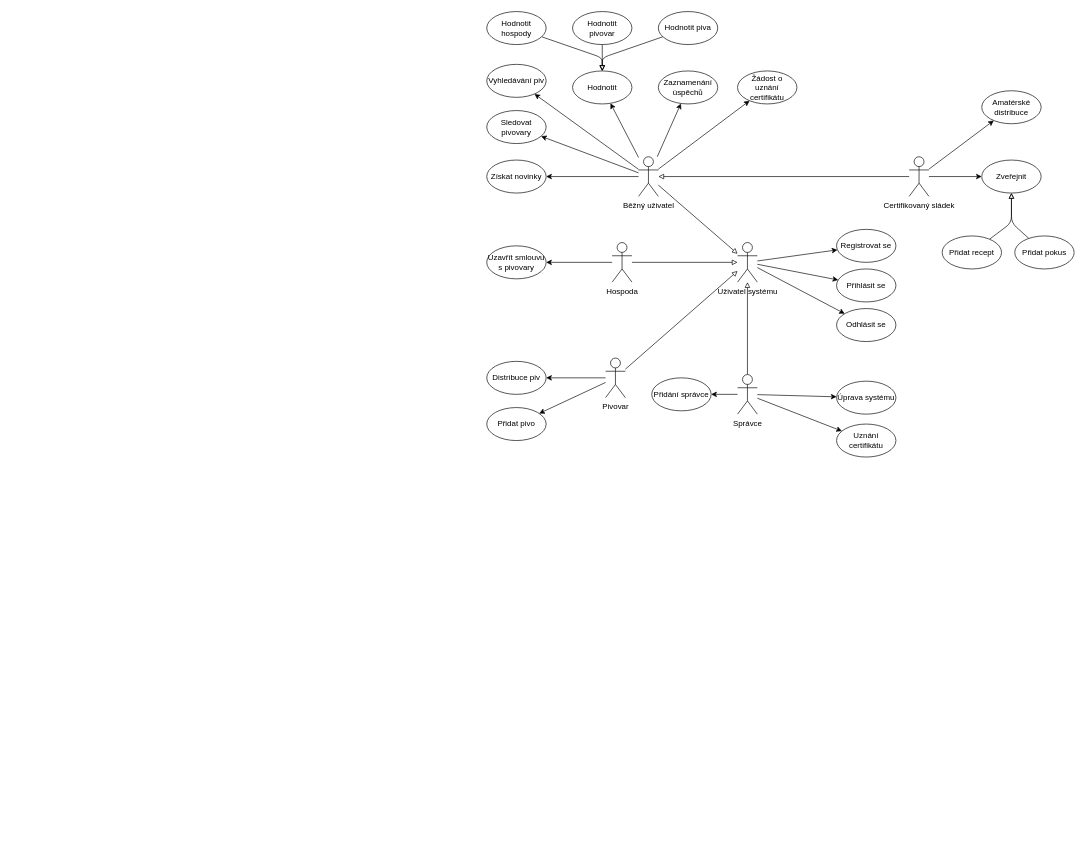
Before: IUS/IUS_projekt/UseCase.drawio in dan1235689/Diagrams, a draw.io diagram. Source tidied: cells renumbered, new cells numbered last; positions are measured from the earlier drawing's top-left corner, leaving out a move shared by most shapes. Both pictures are drawn from the tidied source at 66%, with x=0, y=0 at pixel (486, 11).
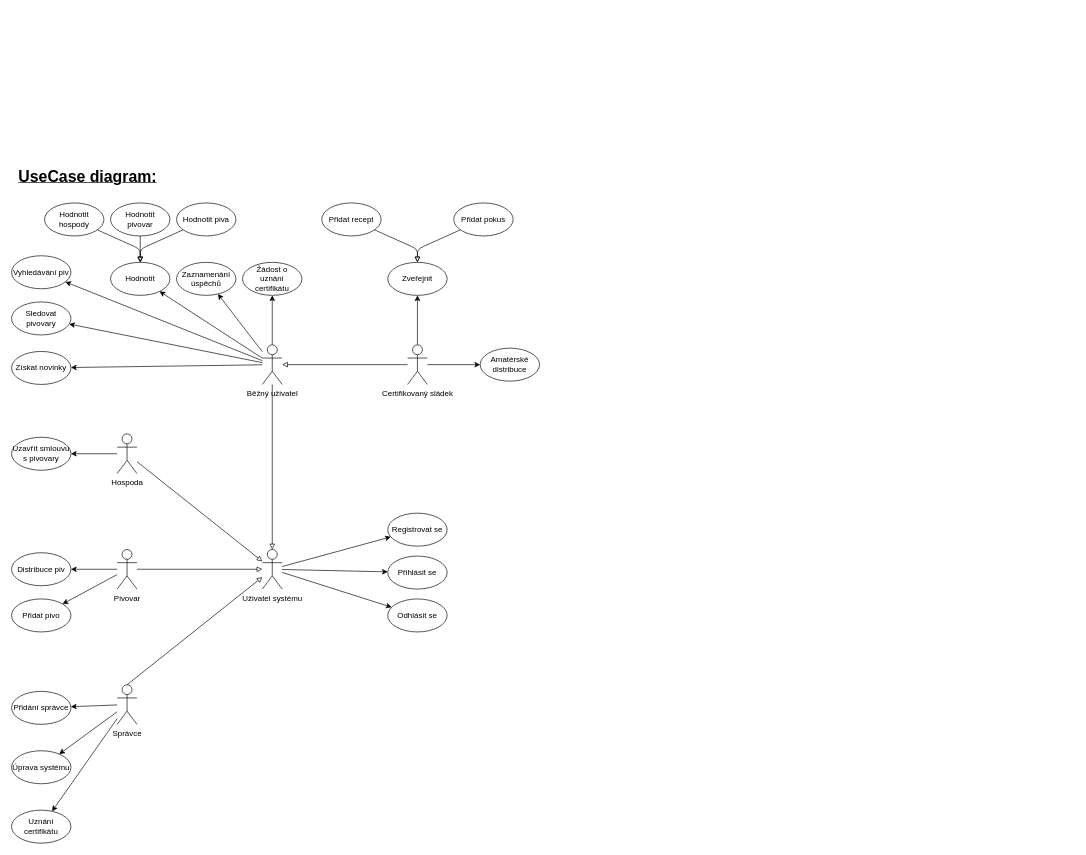
The same diagram, later.

The edit, as a diff of the source:
```diff
@@
     <mxCell id="8" value="Běžný uživatel" style="shape=umlActor;verticalLabelPosition=bottom;verticalAlign=top;html=1;outlineConnect=0;" parent="1" vertex="1">
-      <mxGeometry x="230" y="220" width="30" height="60" as="geometry" />
+      <mxGeometry x="-340" y="505" width="30" height="60" as="geometry" />
     </mxCell>
     <mxCell id="9" style="edgeStyle=none;html=1;endArrow=block;endFill=0;" parent="1" edge="1" source="10" target="47">
       <mxGeometry relative="1" as="geometry">
         <Array as="points">
-          <mxPoint x="175" y="70" />
+          <mxPoint x="-525" y="360" />
         </Array>
       </mxGeometry>
     </mxCell>
     <mxCell id="10" value="Hodnotit hospody" style="ellipse;whiteSpace=wrap;html=1;" parent="1" vertex="1">
-      <mxGeometry width="90" height="50" as="geometry" />
+      <mxGeometry x="-670" y="290" width="90" height="50" as="geometry" />
     </mxCell>
     <mxCell id="11" value="Vyhledávání piv" style="ellipse;whiteSpace=wrap;html=1;" parent="1" vertex="1">
-      <mxGeometry y="80" width="90" height="50" as="geometry" />
+      <mxGeometry x="-720" y="370" width="90" height="50" as="geometry" />
     </mxCell>
     <mxCell id="12" value="Zaznamenání úspěchů" style="ellipse;whiteSpace=wrap;html=1;" parent="1" vertex="1">
-      <mxGeometry x="260" y="90" width="90" height="50" as="geometry" />
+      <mxGeometry x="-470" y="380" width="90" height="50" as="geometry" />
     </mxCell>
     <mxCell id="13" value="Sledovat pivovary" style="ellipse;whiteSpace=wrap;html=1;" parent="1" vertex="1">
-      <mxGeometry y="150" width="90" height="50" as="geometry" />
+      <mxGeometry x="-720" y="440" width="90" height="50" as="geometry" />
     </mxCell>
     <mxCell id="14" value="Získat novinky" style="ellipse;whiteSpace=wrap;html=1;" parent="1" vertex="1">
-      <mxGeometry y="225" width="90" height="50" as="geometry" />
+      <mxGeometry x="-720" y="515" width="90" height="50" as="geometry" />
     </mxCell>
     <mxCell id="15" value="Zveřejnit" style="ellipse;whiteSpace=wrap;html=1;" parent="1" vertex="1">
-      <mxGeometry x="750" y="225" width="90" height="50" as="geometry" />
+      <mxGeometry x="-150" y="380" width="90" height="50" as="geometry" />
     </mxCell>
     <mxCell id="16" style="edgeStyle=none;html=1;endArrow=block;endFill=0;" parent="1" edge="1" source="17" target="15">
       <mxGeometry relative="1" as="geometry">
         <Array as="points">
-          <mxPoint x="795" y="320" />
+          <mxPoint x="-105" y="360" />
         </Array>
       </mxGeometry>
     </mxCell>
     <mxCell id="17" value="Přidat recept" style="ellipse;whiteSpace=wrap;html=1;" parent="1" vertex="1">
-      <mxGeometry x="690" y="340" width="90" height="50" as="geometry" />
+      <mxGeometry x="-250" y="290" width="90" height="50" as="geometry" />
     </mxCell>
     <mxCell id="18" value="Distribuce piv" style="ellipse;whiteSpace=wrap;html=1;" parent="1" vertex="1">
-      <mxGeometry y="530" width="90" height="50" as="geometry" />
+      <mxGeometry x="-720" y="820" width="90" height="50" as="geometry" />
     </mxCell>
     <mxCell id="19" value="Uzavřít smlouvu s pivovary" style="ellipse;whiteSpace=wrap;html=1;" parent="1" vertex="1">
-      <mxGeometry y="355" width="90" height="50" as="geometry" />
+      <mxGeometry x="-720" y="645" width="90" height="50" as="geometry" />
     </mxCell>
@@
     <mxCell id="23" value="Certifikovaný sládek" style="shape=umlActor;verticalLabelPosition=bottom;verticalAlign=top;html=1;outlineConnect=0;" parent="1" vertex="1">
-      <mxGeometry x="640" y="220" width="30" height="60" as="geometry" />
+      <mxGeometry x="-120" y="505" width="30" height="60" as="geometry" />
     </mxCell>
@@
     <mxCell id="25" value="Hospoda" style="shape=umlActor;verticalLabelPosition=bottom;verticalAlign=top;html=1;outlineConnect=0;" parent="1" vertex="1">
-      <mxGeometry x="190" y="350" width="30" height="60" as="geometry" />
+      <mxGeometry x="-560" y="640" width="30" height="60" as="geometry" />
     </mxCell>
@@
     <mxCell id="28" value="Pivovar" style="shape=umlActor;verticalLabelPosition=bottom;verticalAlign=top;html=1;outlineConnect=0;" parent="1" vertex="1">
-      <mxGeometry x="180" y="525" width="30" height="60" as="geometry" />
+      <mxGeometry x="-560" y="815" width="30" height="60" as="geometry" />
     </mxCell>
     <mxCell id="29" style="edgeStyle=none;html=1;endArrow=block;endFill=0;" parent="1" edge="1" source="30" target="47">
       <mxGeometry relative="1" as="geometry">
         <Array as="points">
-          <mxPoint x="175" y="70" />
+          <mxPoint x="-525" y="360" />
         </Array>
       </mxGeometry>
     </mxCell>
     <mxCell id="30" value="Hodnotit piva" style="ellipse;whiteSpace=wrap;html=1;" parent="1" vertex="1">
-      <mxGeometry x="260" width="90" height="50" as="geometry" />
+      <mxGeometry x="-470" y="290" width="90" height="50" as="geometry" />
     </mxCell>
     <mxCell id="31" value="Amatérské distribuce" style="ellipse;whiteSpace=wrap;html=1;" parent="1" vertex="1">
-      <mxGeometry x="750" y="120" width="90" height="50" as="geometry" />
+      <mxGeometry x="-10" y="510" width="90" height="50" as="geometry" />
     </mxCell>
@@
     <mxCell id="35" value="Uživatel systému" style="shape=umlActor;verticalLabelPosition=bottom;verticalAlign=top;html=1;" parent="1" vertex="1">
-      <mxGeometry x="380" y="350" width="30" height="60" as="geometry" />
+      <mxGeometry x="-340" y="815" width="30" height="60" as="geometry" />
     </mxCell>
@@
     <mxCell id="39" value="Registrovat se" style="ellipse;whiteSpace=wrap;html=1;" parent="1" vertex="1">
-      <mxGeometry x="530" y="330" width="90" height="50" as="geometry" />
+      <mxGeometry x="-150" y="760" width="90" height="50" as="geometry" />
     </mxCell>
     <mxCell id="40" value="Přihlásit se" style="ellipse;whiteSpace=wrap;html=1;" parent="1" vertex="1">
-      <mxGeometry x="530" y="390" width="90" height="50" as="geometry" />
+      <mxGeometry x="-150" y="825" width="90" height="50" as="geometry" />
     </mxCell>
@@
     <mxCell id="45" value="Správce" style="shape=umlActor;verticalLabelPosition=bottom;verticalAlign=top;html=1;outlineConnect=0;" parent="1" vertex="1">
-      <mxGeometry x="380" y="550" width="30" height="60" as="geometry" />
+      <mxGeometry x="-560" y="1020" width="30" height="60" as="geometry" />
     </mxCell>
     <mxCell id="46" value="Uznání certifikátu" style="ellipse;whiteSpace=wrap;html=1;" parent="1" vertex="1">
-      <mxGeometry x="530" y="625" width="90" height="50" as="geometry" />
+      <mxGeometry x="-720" y="1210" width="90" height="50" as="geometry" />
     </mxCell>
     <mxCell id="47" value="Hodnotit" style="ellipse;whiteSpace=wrap;html=1;" parent="1" vertex="1">
-      <mxGeometry x="130" y="90" width="90" height="50" as="geometry" />
+      <mxGeometry x="-570" y="380" width="90" height="50" as="geometry" />
     </mxCell>
     <mxCell id="48" style="edgeStyle=none;html=1;endArrow=block;endFill=0;" parent="1" edge="1" source="49" target="15">
       <mxGeometry relative="1" as="geometry">
         <Array as="points">
-          <mxPoint x="795" y="320" />
+          <mxPoint x="-105" y="360" />
         </Array>
       </mxGeometry>
     </mxCell>
     <mxCell id="49" value="Přidat pokus" style="ellipse;whiteSpace=wrap;html=1;" parent="1" vertex="1">
-      <mxGeometry x="800" y="340" width="90" height="50" as="geometry" />
+      <mxGeometry x="-50" y="290" width="90" height="50" as="geometry" />
     </mxCell>
     <mxCell id="50" value="Odhlásit se" style="ellipse;whiteSpace=wrap;html=1;" parent="1" vertex="1">
-      <mxGeometry x="530" y="450" width="90" height="50" as="geometry" />
+      <mxGeometry x="-150" y="890" width="90" height="50" as="geometry" />
     </mxCell>
     <mxCell id="51" value="Úprava systému" style="ellipse;whiteSpace=wrap;html=1;" parent="1" vertex="1">
-      <mxGeometry x="530" y="560" width="90" height="50" as="geometry" />
+      <mxGeometry x="-720" y="1120" width="90" height="50" as="geometry" />
     </mxCell>
     <mxCell id="52" value="Žádost o&lt;br&gt;uznání certifikátu" style="ellipse;whiteSpace=wrap;html=1;" parent="1" vertex="1">
-      <mxGeometry x="380" y="90" width="90" height="50" as="geometry" />
+      <mxGeometry x="-370" y="380" width="90" height="50" as="geometry" />
     </mxCell>
     <mxCell id="53" value="Přidání správce" style="ellipse;whiteSpace=wrap;html=1;" parent="1" vertex="1">
-      <mxGeometry x="250" y="555" width="90" height="50" as="geometry" />
+      <mxGeometry x="-720" y="1030" width="90" height="50" as="geometry" />
     </mxCell>
     <mxCell id="54" value="Přidat pivo" style="ellipse;whiteSpace=wrap;html=1;" parent="1" vertex="1">
-      <mxGeometry y="600" width="90" height="50" as="geometry" />
+      <mxGeometry x="-720" y="890" width="90" height="50" as="geometry" />
     </mxCell>
@@
     <mxCell id="56" value="Hodnotit&lt;br&gt;pivovar" style="ellipse;whiteSpace=wrap;html=1;" parent="1" vertex="1">
-      <mxGeometry x="130" width="90" height="50" as="geometry" />
+      <mxGeometry x="-570" y="290" width="90" height="50" as="geometry" />
     </mxCell>
+    <mxCell id="57" value="&lt;b&gt;&lt;u&gt;&lt;font style=&quot;font-size: 24px;&quot;&gt;UseCase diagram:&lt;/font&gt;&lt;/u&gt;&lt;/b&gt;" style="text;html=1;align=center;verticalAlign=middle;strokeColor=none;fillColor=none;" parent="1" vertex="1">
+      <mxGeometry x="-720" y="230" width="230" height="40" as="geometry" />
+    </mxCell>
```
